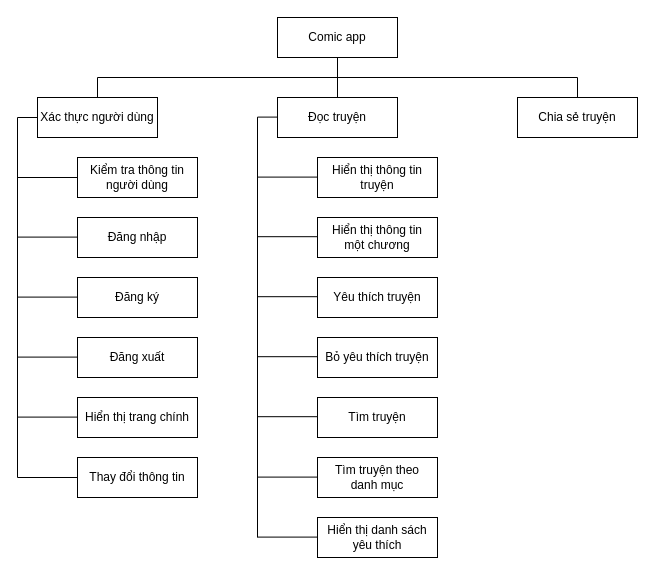
Above: Untitled Diagram.drawio in CosmicFishi/test_ki-m_th- (draw.io), before the change. Source tidied: cells renumbered, new cells numbered last; positions are measured from the earlier drawing's top-left corner, leaving out a move shared by most shapes. Both pictures are drawn from the tidied source at 100%, with x=0, y=0 at pixel (17, 17).
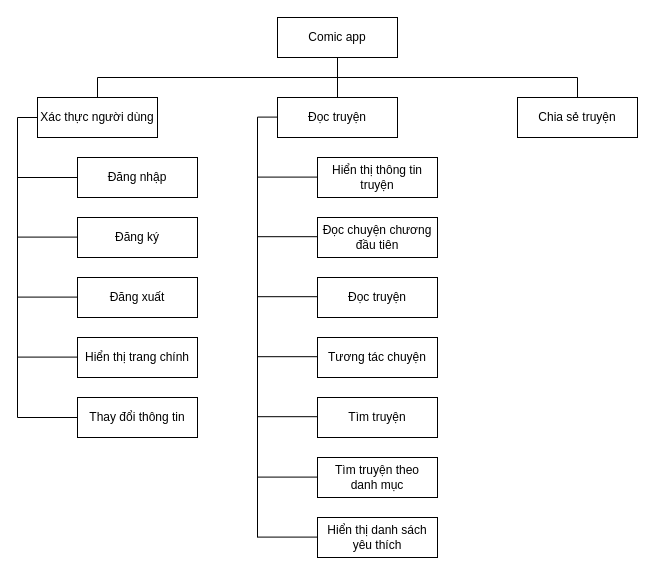
The same page after the edit.

What changed in the source:
```diff
@@
-    <mxCell id="11" value="Kiểm tra thông tin người dùng" style="rounded=0;whiteSpace=wrap;html=1;" parent="1" vertex="1">
-      <mxGeometry x="60" y="140" width="120" height="40" as="geometry" />
-    </mxCell>
     <mxCell id="12" value="Đăng nhập" style="rounded=0;whiteSpace=wrap;html=1;" parent="1" vertex="1">
-      <mxGeometry x="60" y="200" width="120" height="40" as="geometry" />
+      <mxGeometry x="60" y="140" width="120" height="40" as="geometry" />
     </mxCell>
     <mxCell id="13" value="Đăng ký" style="rounded=0;whiteSpace=wrap;html=1;" parent="1" vertex="1">
-      <mxGeometry x="60" y="260" width="120" height="40" as="geometry" />
+      <mxGeometry x="60" y="200" width="120" height="40" as="geometry" />
     </mxCell>
     <mxCell id="14" value="Đăng xuất" style="rounded=0;whiteSpace=wrap;html=1;" parent="1" vertex="1">
-      <mxGeometry x="60" y="320" width="120" height="40" as="geometry" />
+      <mxGeometry x="60" y="260" width="120" height="40" as="geometry" />
     </mxCell>
     <mxCell id="15" value="Hiển thị trang chính" style="rounded=0;whiteSpace=wrap;html=1;" parent="1" vertex="1">
-      <mxGeometry x="60" y="380" width="120" height="40" as="geometry" />
+      <mxGeometry x="60" y="320" width="120" height="40" as="geometry" />
     </mxCell>
     <mxCell id="16" value="Thay đổi thông tin" style="rounded=0;whiteSpace=wrap;html=1;" parent="1" vertex="1">
-      <mxGeometry x="60" y="440" width="120" height="40" as="geometry" />
+      <mxGeometry x="60" y="380" width="120" height="40" as="geometry" />
     </mxCell>
@@
-    <mxCell id="18" value="Hiển thị thông tin &lt;br&gt;một chương" style="rounded=0;whiteSpace=wrap;html=1;" parent="1" vertex="1">
+    <mxCell id="18" value="Đọc chuyện chương đầu tiên" style="rounded=0;whiteSpace=wrap;html=1;" parent="1" vertex="1">
       <mxGeometry x="300" y="200" width="120" height="40" as="geometry" />
     </mxCell>
-    <mxCell id="19" value="Yêu thích truyện" style="rounded=0;whiteSpace=wrap;html=1;" parent="1" vertex="1">
-      <mxGeometry x="300" y="260" width="120" height="40" as="geometry" />
+    <mxCell id="19" value="Tương tác chuyện" style="rounded=0;whiteSpace=wrap;html=1;" parent="1" vertex="1">
+      <mxGeometry x="300" y="320" width="120" height="40" as="geometry" />
     </mxCell>
-    <mxCell id="20" value="Bỏ yêu thích truyện" style="rounded=0;whiteSpace=wrap;html=1;" parent="1" vertex="1">
-      <mxGeometry x="300" y="320" width="120" height="40" as="geometry" />
+    <mxCell id="20" value="Đọc truyện" style="rounded=0;whiteSpace=wrap;html=1;" parent="1" vertex="1">
+      <mxGeometry x="300" y="260" width="120" height="40" as="geometry" />
     </mxCell>
@@
     <mxCell id="25" style="endArrow=none;html=1;" parent="1" edge="1">
       <mxGeometry relative="1" as="geometry">
         <mxPoint y="100" as="sourcePoint" />
-        <mxPoint y="460" as="targetPoint" />
+        <mxPoint y="400" as="targetPoint" />
       </mxGeometry>
     </mxCell>
-    <mxCell id="26" style="endArrow=none;html=1;entryX=0;entryY=0.5;entryDx=0;entryDy=0;" parent="1" edge="1" target="11">
+    <mxCell id="26" style="endArrow=none;html=1;" parent="1" edge="1">
       <mxGeometry relative="1" as="geometry">
         <mxPoint y="160" as="sourcePoint" />
+        <mxPoint x="60" y="160" as="targetPoint" />
       </mxGeometry>
     </mxCell>
@@
-    <mxCell id="29" style="endArrow=none;html=1;entryX=0;entryY=0.5;entryDx=0;entryDy=0;" parent="1" edge="1">
-      <mxGeometry relative="1" as="geometry">
-        <mxPoint y="339.6" as="sourcePoint" />
-        <mxPoint x="60" y="339.6" as="targetPoint" />
-      </mxGeometry>
-    </mxCell>
     <mxCell id="30" style="endArrow=none;html=1;entryX=0;entryY=0.5;entryDx=0;entryDy=0;" parent="1" edge="1">
       <mxGeometry relative="1" as="geometry">
-        <mxPoint y="399.6" as="sourcePoint" />
-        <mxPoint x="60" y="399.6" as="targetPoint" />
+        <mxPoint y="339.6" as="sourcePoint" />
+        <mxPoint x="60" y="339.6" as="targetPoint" />
       </mxGeometry>
     </mxCell>
     <mxCell id="31" style="endArrow=none;html=1;entryX=0;entryY=0.5;entryDx=0;entryDy=0;" parent="1" edge="1">
       <mxGeometry relative="1" as="geometry">
-        <mxPoint y="460" as="sourcePoint" />
-        <mxPoint x="60" y="460" as="targetPoint" />
+        <mxPoint y="400" as="sourcePoint" />
+        <mxPoint x="60" y="400" as="targetPoint" />
       </mxGeometry>
     </mxCell>
```
